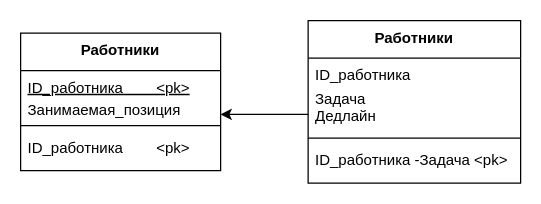
The draw.io diagram Untitled Diagram.drawio in TverdohlebovVladislav/Data-Bases, before the edit. Source tidied: cells renumbered, new cells numbered last; positions are measured from the earlier drawing's top-left corner, leaving out a move shared by most shapes. Both pictures are drawn from the tidied source at 125%, with x=0, y=0 at pixel (20, 20).
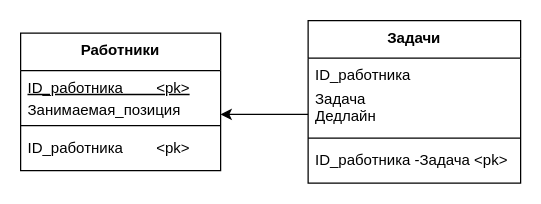
The same page after the edit.

Diff of the diagram source:
```diff
@@
 <mxGraphModel>
   <root>
     <mxCell id="0" />
     <mxCell id="1" parent="0" />
     <mxCell id="2" value="Работники" style="swimlane;fontStyle=1;align=center;verticalAlign=top;horizontal=1;startSize=30;" parent="1" vertex="1">
       <mxGeometry y="10" width="160" height="110" as="geometry" />
     </mxCell>
     <mxCell id="3" value="ID_работника        &lt;pk&gt;&#10;" style="text;strokeColor=none;fillColor=none;align=left;verticalAlign=top;spacingLeft=4;spacingRight=4;overflow=hidden;fontStyle=4;" parent="2" vertex="1">
       <mxGeometry y="30" width="160" height="30" as="geometry" />
     </mxCell>
     <mxCell id="4" value="Занимаемая_позиция&#10;" style="text;strokeColor=none;fillColor=none;align=left;verticalAlign=top;spacingLeft=6;spacingRight=4;overflow=hidden;points=[[0,0.5],[1,0.5]];portConstraint=eastwest;fontStyle=0;spacing=0;spacingTop=-10;" parent="2" vertex="1">
       <mxGeometry y="60" width="160" height="10" as="geometry" />
     </mxCell>
     <mxCell id="5" style="line;strokeWidth=1;fillColor=none;align=left;verticalAlign=middle;spacingTop=-1;spacingLeft=3;spacingRight=3;labelPosition=right;" parent="2" vertex="1">
       <mxGeometry y="70" width="160" height="8" as="geometry" />
     </mxCell>
     <mxCell id="6" value="ID_работника        &lt;pk&gt;&#10;" style="text;strokeColor=none;fillColor=none;align=left;verticalAlign=top;spacingLeft=4;spacingRight=4;overflow=hidden;" parent="2" vertex="1">
       <mxGeometry y="78" width="160" height="32" as="geometry" />
     </mxCell>
-    <mxCell id="7" value="Работники" style="swimlane;fontStyle=1;align=center;verticalAlign=top;horizontal=1;startSize=30;" parent="1" vertex="1">
+    <mxCell id="7" value="Задачи" style="swimlane;fontStyle=1;align=center;verticalAlign=top;horizontal=1;startSize=30;" parent="1" vertex="1">
       <mxGeometry x="230" width="170" height="130" as="geometry" />
     </mxCell>
     <mxCell id="8" value="ID_работника &#10;" style="text;strokeColor=none;fillColor=none;align=left;verticalAlign=top;spacingLeft=4;spacingRight=4;overflow=hidden;fontStyle=0;" parent="7" vertex="1">
       <mxGeometry y="30" width="170" height="30" as="geometry" />
     </mxCell>
     <mxCell id="9" value="Задача&#10;Дедлайн&#10;" style="text;strokeColor=none;fillColor=none;align=left;verticalAlign=top;spacingLeft=6;spacingRight=4;overflow=hidden;points=[[0,0.5],[1,0.5]];portConstraint=eastwest;fontStyle=0;spacing=0;spacingTop=-9;" parent="7" vertex="1">
       <mxGeometry y="60" width="170" height="30" as="geometry" />
     </mxCell>
     <mxCell id="10" style="line;strokeWidth=1;fillColor=none;align=left;verticalAlign=middle;spacingTop=-1;spacingLeft=3;spacingRight=3;labelPosition=right;" parent="7" vertex="1">
       <mxGeometry y="90" width="170" height="8" as="geometry" />
     </mxCell>
     <mxCell id="11" value="ID_работника -Задача &lt;pk&gt;&#10;" style="text;strokeColor=none;fillColor=none;align=left;verticalAlign=top;spacingLeft=4;spacingRight=4;overflow=hidden;" parent="7" vertex="1">
       <mxGeometry y="98" width="170" height="32" as="geometry" />
     </mxCell>
     <mxCell id="12" style="edgeStyle=orthogonalEdgeStyle;rounded=0;jettySize=auto;html=1;entryX=1;entryY=0.5;entryDx=0;entryDy=0;fontSize=20;" parent="1" edge="1" source="9" target="4">
       <mxGeometry relative="1" as="geometry" />
     </mxCell>
   </root>
 </mxGraphModel>
```
